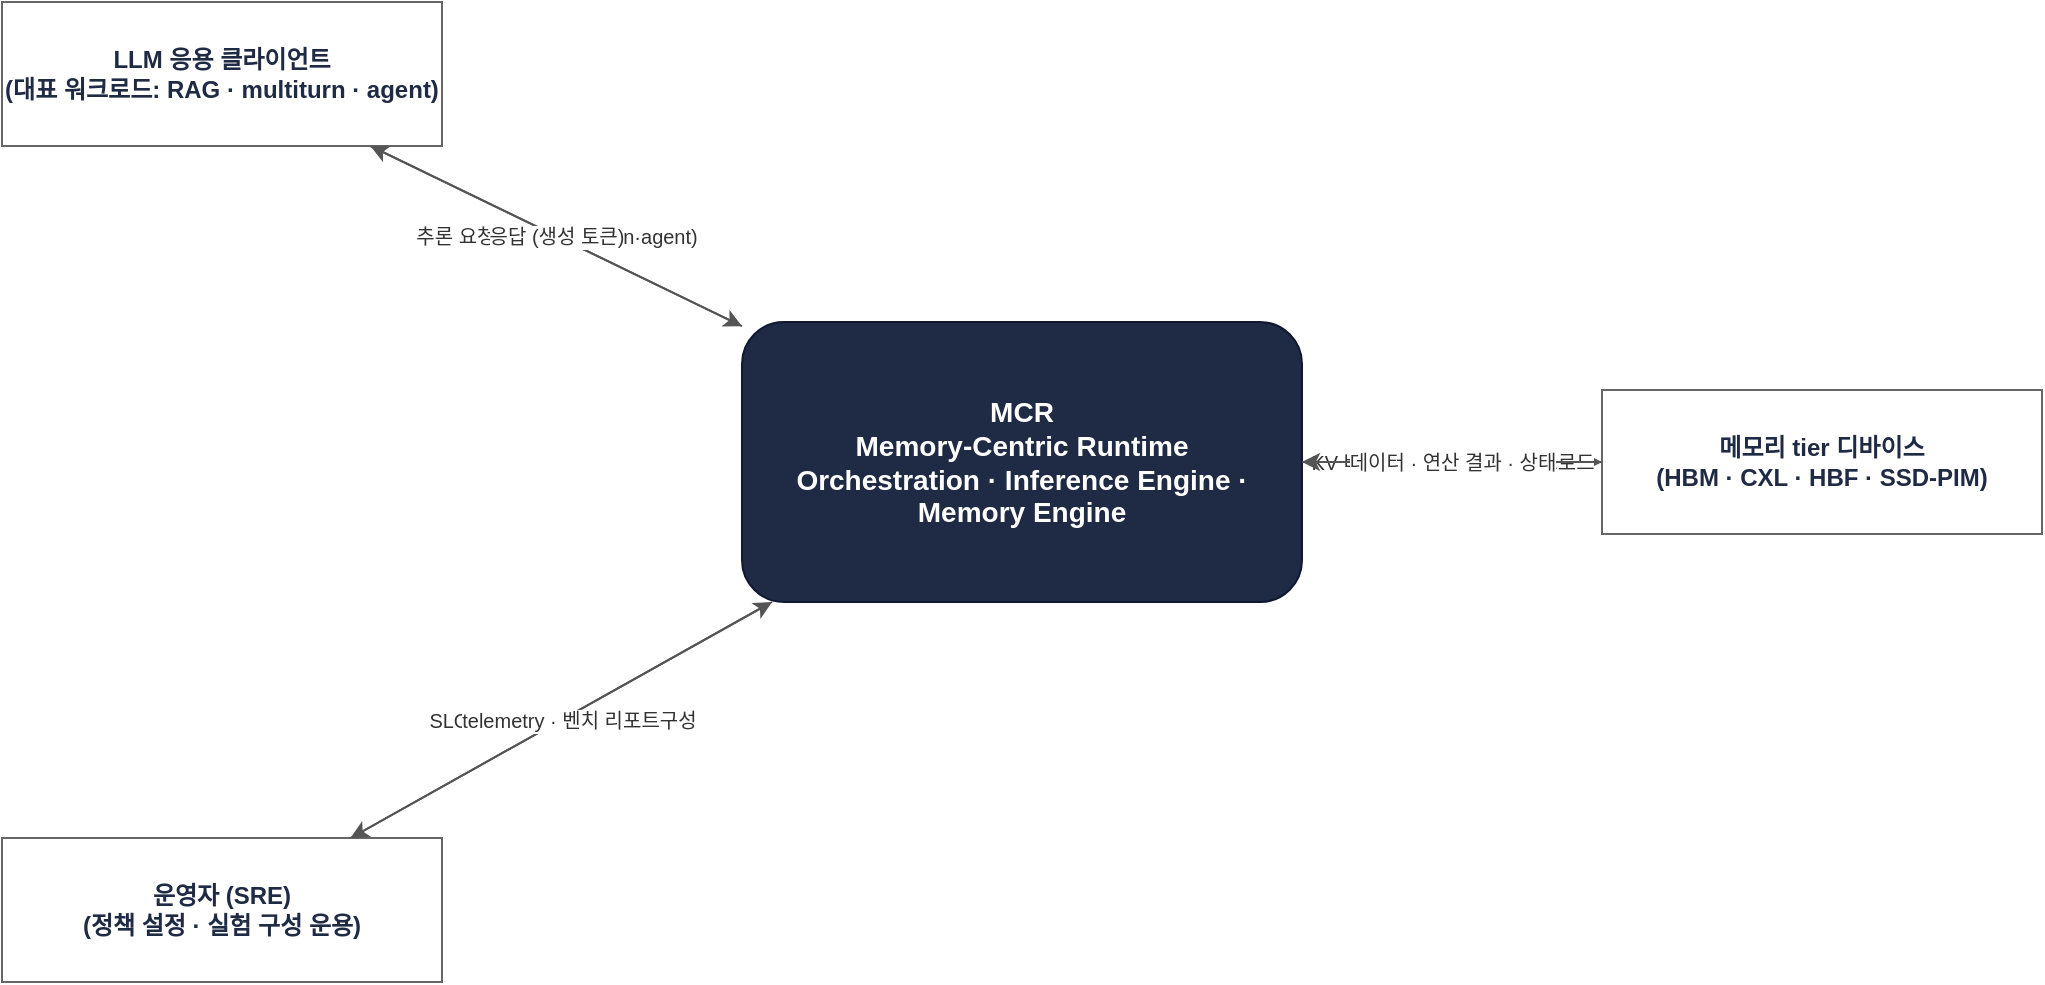
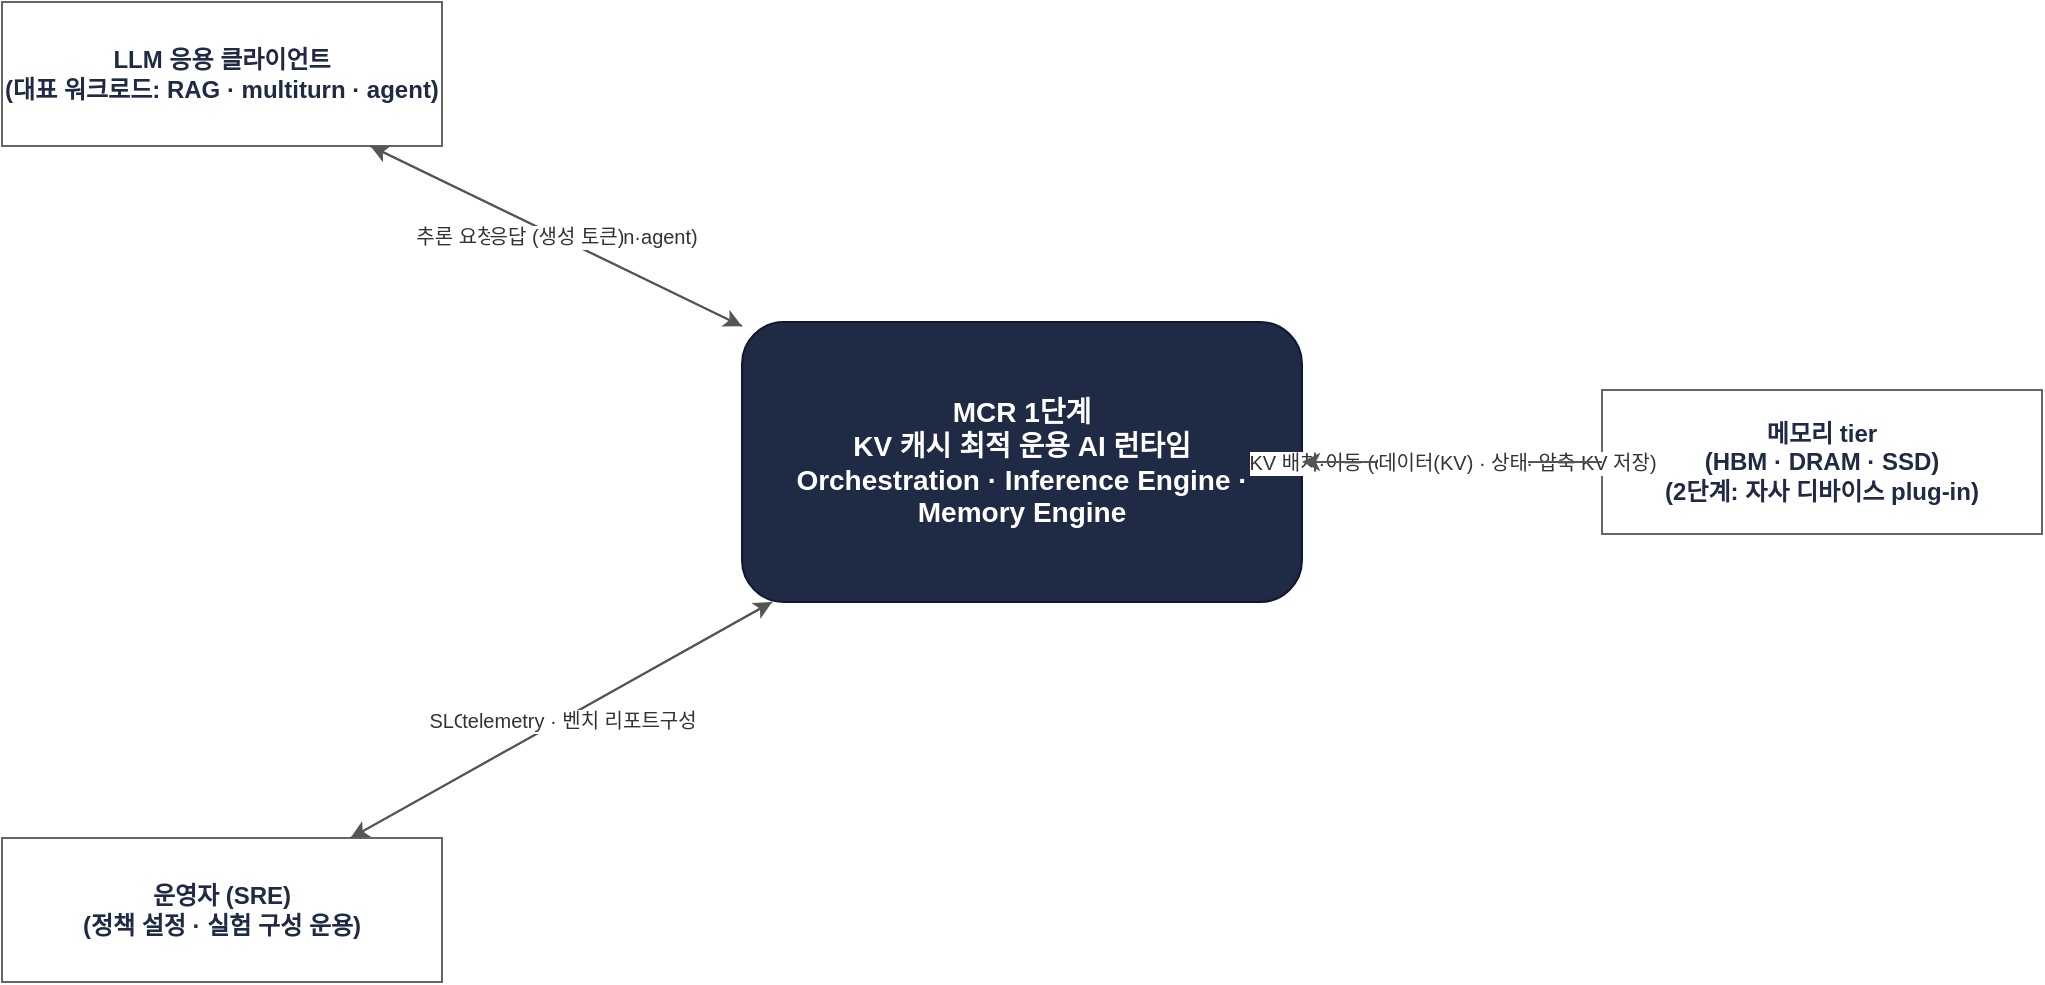
<mxfile host="app.diagrams.net" agent="architect-requirements" version="24.0.0">
  <diagram id="req-context-mcr" name="MCR Context Diagram">
    <mxGraphModel dx="1200" dy="800" grid="1" gridSize="10" guides="1" tooltips="1" connect="1" arrows="1" fold="1" page="1" pageScale="1" pageWidth="1120" pageHeight="680" math="0" shadow="0">
      <root>
        <mxCell id="0"/>
        <mxCell id="1" parent="0"/>

-         <mxCell id="mcr" value="MCR&#10;Memory-Centric Runtime&#10;Orchestration · Inference Engine · Memory Engine" style="rounded=1;whiteSpace=wrap;html=1;fillColor=#1F2A44;strokeColor=#0F1830;fontColor=#FFFFFF;fontSize=14;fontStyle=1;" vertex="1" parent="1">
+         <mxCell id="mcr" value="MCR 1단계&#10;KV 캐시 최적 운용 AI 런타임&#10;Orchestration · Inference Engine · Memory Engine" style="rounded=1;whiteSpace=wrap;html=1;fillColor=#1F2A44;strokeColor=#0F1830;fontColor=#FFFFFF;fontSize=14;fontStyle=1;" vertex="1" parent="1">
          <mxGeometry x="420" y="270" width="280" height="140" as="geometry"/>
        </mxCell>

        <mxCell id="client" value="LLM 응용 클라이언트&#10;(대표 워크로드: RAG · multiturn · agent)" style="rounded=0;whiteSpace=wrap;html=1;fillColor=#FFFFFF;strokeColor=#666666;fontColor=#1F2A44;fontSize=12;fontStyle=1;" vertex="1" parent="1">
          <mxGeometry x="50" y="110" width="220" height="72" as="geometry"/>
        </mxCell>
        <mxCell id="ops" value="운영자 (SRE)&#10;(정책 설정 · 실험 구성 운용)" style="rounded=0;whiteSpace=wrap;html=1;fillColor=#FFFFFF;strokeColor=#666666;fontColor=#1F2A44;fontSize=12;fontStyle=1;" vertex="1" parent="1">
          <mxGeometry x="50" y="528" width="220" height="72" as="geometry"/>
        </mxCell>
-         <mxCell id="dev" value="메모리 tier 디바이스&#10;(HBM · CXL · HBF · SSD-PIM)" style="rounded=0;whiteSpace=wrap;html=1;fillColor=#FFFFFF;strokeColor=#666666;fontColor=#1F2A44;fontSize=12;fontStyle=1;" vertex="1" parent="1">
+         <mxCell id="dev" value="메모리 tier&#10;(HBM · DRAM · SSD)&#10;(2단계: 자사 디바이스 plug-in)" style="rounded=0;whiteSpace=wrap;html=1;fillColor=#FFFFFF;strokeColor=#666666;fontColor=#1F2A44;fontSize=12;fontStyle=1;" vertex="1" parent="1">
          <mxGeometry x="850" y="304" width="220" height="72" as="geometry"/>
        </mxCell>

        <mxCell id="f1" value="추론 요청 (RAG·multiturn·agent)" style="endArrow=classic;html=1;strokeColor=#555555;fontSize=10;fontColor=#333333;" edge="1" parent="1" source="client" target="mcr"><mxGeometry relative="1" as="geometry"/></mxCell>
        <mxCell id="f2" value="응답 (생성 토큰)" style="endArrow=classic;html=1;strokeColor=#555555;fontSize=10;fontColor=#333333;" edge="1" parent="1" source="mcr" target="client"><mxGeometry relative="1" as="geometry"/></mxCell>
        <mxCell id="f3" value="SLO 정책 · tier 등록 · 실험 구성" style="endArrow=classic;html=1;strokeColor=#555555;fontSize=10;fontColor=#333333;" edge="1" parent="1" source="ops" target="mcr"><mxGeometry relative="1" as="geometry"/></mxCell>
        <mxCell id="f4" value="telemetry · 벤치 리포트" style="endArrow=classic;html=1;strokeColor=#555555;fontSize=10;fontColor=#333333;" edge="1" parent="1" source="mcr" target="ops"><mxGeometry relative="1" as="geometry"/></mxCell>
-         <mxCell id="f5" value="KV 배치·이동 · 근접연산 오프로드" style="endArrow=classic;html=1;strokeColor=#555555;fontSize=10;fontColor=#333333;" edge="1" parent="1" source="mcr" target="dev"><mxGeometry relative="1" as="geometry"/></mxCell>
-         <mxCell id="f6" value="데이터 · 연산 결과 · 상태" style="endArrow=classic;html=1;strokeColor=#555555;fontSize=10;fontColor=#333333;" edge="1" parent="1" source="dev" target="mcr"><mxGeometry relative="1" as="geometry"/></mxCell>
+         <mxCell id="f5" value="KV 배치·이동 (offload·승격·강등 · 압축 KV 저장)" style="endArrow=classic;html=1;strokeColor=#555555;fontSize=10;fontColor=#333333;" edge="1" parent="1" source="mcr" target="dev"><mxGeometry relative="1" as="geometry"/></mxCell>
+         <mxCell id="f6" value="데이터(KV) · 상태" style="endArrow=classic;html=1;strokeColor=#555555;fontSize=10;fontColor=#333333;" edge="1" parent="1" source="dev" target="mcr"><mxGeometry relative="1" as="geometry"/></mxCell>
      </root>
    </mxGraphModel>
  </diagram>
</mxfile>
